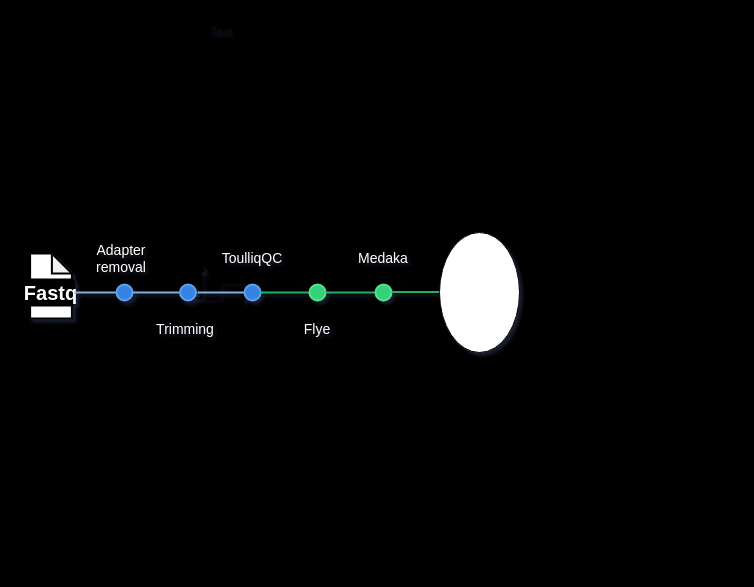
Before: Test_pipeline.drawio in Matth-Cbn/mkdocs_tutoriel_stage, a draw.io diagram. Source tidied: cells renumbered, new cells numbered last; positions are measured from the earlier drawing's top-left corner, leaving out a move shared by most shapes. Both pictures are drawn from the tidied source at 100%, with x=0, y=0 at pixel (27, 17).
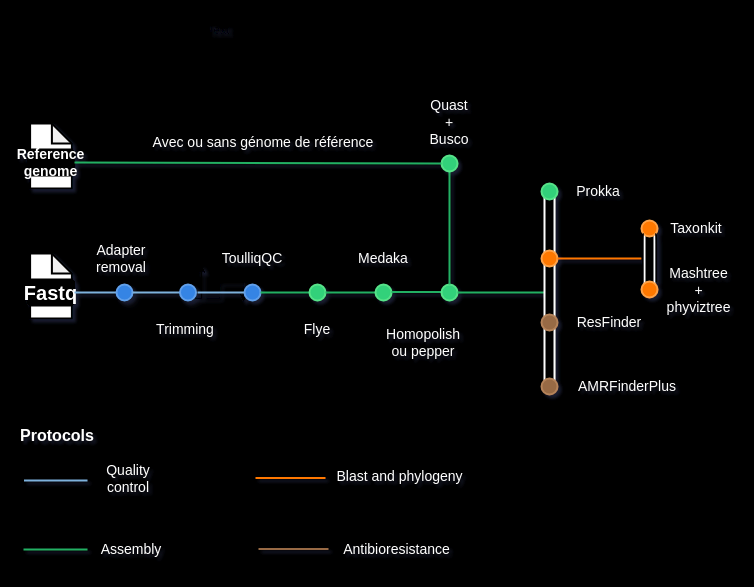
The same diagram, later.

Commit message:
Mettre à jour Test_pipeline.drawio

Diff of the diagram source:
```diff
@@
-    <mxCell id="26" style="ellipse;whiteSpace=wrap;html=1;rotation=-90;" parent="1" vertex="1">
-      <mxGeometry x="392" y="235" width="120" height="80" as="geometry" />
-    </mxCell>
@@
+    <mxCell id="28" style="ellipse;whiteSpace=wrap;html=1;rounded=1;rotation=0;strokeWidth=2;fillColor=#33d17a;strokeColor=#57E389;" parent="1" vertex="1">
+      <mxGeometry x="414" y="267" width="16" height="16" as="geometry" />
+    </mxCell>
+    <mxCell id="29" value="&lt;div&gt;&lt;font style=&quot;font-size: 14px;&quot; color=&quot;#ffffff&quot;&gt;Homopolish ou pepper&lt;/font&gt;&lt;/div&gt;" style="text;strokeColor=none;align=center;fillColor=none;html=1;verticalAlign=middle;whiteSpace=wrap;rounded=0;" parent="1" vertex="1">
+      <mxGeometry x="366" y="310" width="60" height="30" as="geometry" />
+    </mxCell>
+    <mxCell id="30" style="group;" parent="1" vertex="1">
+      <mxGeometry y="106" width="47" height="65" as="geometry" />
+    </mxCell>
+    <mxCell id="31" style="shape=note;whiteSpace=wrap;html=1;backgroundOutline=1;darkOpacity=0.05;rounded=1;size=20;strokeWidth=2;" parent="30" vertex="1">
+      <mxGeometry x="2.6" width="41.8" height="65" as="geometry" />
+    </mxCell>
+    <mxCell id="32" value="&lt;div align=&quot;center&quot;&gt;&lt;font style=&quot;font-size: 14px;&quot; color=&quot;#ffffff&quot; face=&quot;Maven Pro&quot;&gt;&lt;b&gt;Reference genome&lt;/b&gt;&lt;/font&gt;&lt;br&gt;&lt;/div&gt;" style="rounded=1;whiteSpace=wrap;html=1;strokeWidth=2;fillColor=#000000;align=center;" parent="30" vertex="1">
+      <mxGeometry y="26" width="47" height="26" as="geometry" />
+    </mxCell>
+    <mxCell id="33" style="endArrow=none;html=1;rounded=1;strokeWidth=2;strokeColor=#24B064;entryX=0.5;entryY=0;entryDx=0;entryDy=0;exitX=0.5;exitY=1;exitDx=0;exitDy=0;" parent="1" edge="1" source="34" target="28">
+      <mxGeometry relative="1" as="geometry" />
+    </mxCell>
+    <mxCell id="34" style="ellipse;whiteSpace=wrap;html=1;rounded=1;rotation=0;strokeWidth=2;fillColor=#33d17a;strokeColor=#57e389;" parent="1" vertex="1">
+      <mxGeometry x="414" y="138" width="16" height="16" as="geometry" />
+    </mxCell>
+    <mxCell id="35" value="&lt;font style=&quot;font-size: 14px;&quot; color=&quot;#ffffff&quot;&gt;Quast &lt;br&gt;+ &lt;br&gt;Busco&lt;br&gt;&lt;/font&gt;" style="text;strokeColor=none;align=center;fillColor=none;html=1;verticalAlign=middle;whiteSpace=wrap;rounded=0;" parent="1" vertex="1">
+      <mxGeometry x="392" y="90" width="60" height="30" as="geometry" />
+    </mxCell>
+    <mxCell id="36" style="endArrow=none;html=1;rounded=1;strokeWidth=2;strokeColor=#24B064;entryX=0;entryY=0.5;entryDx=0;entryDy=0;exitX=1;exitY=0.5;exitDx=0;exitDy=0;" parent="1" edge="1" source="32" target="34">
+      <mxGeometry relative="1" as="geometry" />
+    </mxCell>
+    <mxCell id="37" value="&lt;font style=&quot;font-size: 14px;&quot; color=&quot;#ffffff&quot;&gt;Avec ou sans génome de référence&lt;br&gt;&lt;/font&gt;" style="text;strokeColor=none;align=center;fillColor=none;html=1;verticalAlign=middle;whiteSpace=wrap;rounded=0;" parent="1" vertex="1">
+      <mxGeometry x="108" y="110" width="256" height="30" as="geometry" />
+    </mxCell>
+    <mxCell id="38" style="endArrow=none;html=1;rounded=1;strokeWidth=2;strokeColor=#24B064;exitX=1;exitY=0.5;exitDx=0;exitDy=0;" parent="1" edge="1" source="28">
+      <mxGeometry relative="1" as="geometry">
+        <mxPoint x="517" y="275" as="targetPoint" />
+      </mxGeometry>
+    </mxCell>
+    <mxCell id="39" style="rounded=0;whiteSpace=wrap;html=1;strokeColor=#FFFFFF;strokeWidth=2;fillColor=#000000;" parent="1" vertex="1">
+      <mxGeometry x="517" y="171" width="10" height="202" as="geometry" />
+    </mxCell>
+    <mxCell id="40" style="ellipse;whiteSpace=wrap;html=1;rounded=1;rotation=0;strokeWidth=2;fillColor=#33d17a;strokeColor=#57E389;" parent="1" vertex="1">
+      <mxGeometry x="514" y="166" width="16" height="16" as="geometry" />
+    </mxCell>
+    <mxCell id="41" style="ellipse;whiteSpace=wrap;html=1;rounded=1;rotation=0;strokeWidth=2;fillColor=#FF7800;strokeColor=#FFA348;" parent="1" vertex="1">
+      <mxGeometry x="514" y="233" width="16" height="16" as="geometry" />
+    </mxCell>
+    <mxCell id="42" style="ellipse;whiteSpace=wrap;html=1;rounded=1;rotation=0;strokeWidth=2;fillColor=#986A44;strokeColor=#B5835A;" parent="1" vertex="1">
+      <mxGeometry x="514" y="361" width="16" height="16" as="geometry" />
+    </mxCell>
+    <mxCell id="43" style="ellipse;whiteSpace=wrap;html=1;rounded=1;rotation=0;strokeWidth=2;fillColor=#986A44;strokeColor=#B5835A;" parent="1" vertex="1">
+      <mxGeometry x="514" y="297" width="16" height="16" as="geometry" />
+    </mxCell>
+    <mxCell id="44" value="&lt;font style=&quot;font-size: 14px;&quot; color=&quot;#ffffff&quot;&gt;Prokka&lt;/font&gt;" style="text;strokeColor=none;align=center;fillColor=none;html=1;verticalAlign=middle;whiteSpace=wrap;rounded=0;" parent="1" vertex="1">
+      <mxGeometry x="541" y="159" width="60" height="30" as="geometry" />
+    </mxCell>
+    <mxCell id="45" style="endArrow=none;html=1;rounded=1;strokeWidth=2;strokeColor=#FF7800;exitX=1;exitY=0.5;exitDx=0;exitDy=0;" parent="1" edge="1" source="41">
+      <mxGeometry relative="1" as="geometry">
+        <mxPoint x="615" y="241" as="targetPoint" />
+        <Array as="points">
+          <mxPoint x="567" y="241" />
+        </Array>
+      </mxGeometry>
+    </mxCell>
+    <mxCell id="46" value="&lt;font style=&quot;font-size: 14px;&quot; color=&quot;#ffffff&quot;&gt;ResFinder&lt;/font&gt;" style="text;strokeColor=none;align=center;fillColor=none;html=1;verticalAlign=middle;whiteSpace=wrap;rounded=0;" parent="1" vertex="1">
+      <mxGeometry x="552" y="290" width="60" height="30" as="geometry" />
+    </mxCell>
+    <mxCell id="47" value="&lt;font style=&quot;font-size: 14px;&quot; color=&quot;#ffffff&quot;&gt;AMRFinderPlus&lt;/font&gt;" style="text;strokeColor=none;align=center;fillColor=none;html=1;verticalAlign=middle;whiteSpace=wrap;rounded=0;" parent="1" vertex="1">
+      <mxGeometry x="570" y="354" width="60" height="30" as="geometry" />
+    </mxCell>
+    <mxCell id="48" style="group;" parent="1" vertex="1">
+      <mxGeometry x="612" y="215" width="20" height="67" as="geometry" />
+    </mxCell>
+    <mxCell id="49" style="rounded=0;whiteSpace=wrap;html=1;strokeColor=#FFFFFF;strokeWidth=2;fillColor=#000000;" parent="48" vertex="1">
+      <mxGeometry x="5" y="-3" width="10" height="54" as="geometry" />
+    </mxCell>
+    <mxCell id="50" style="ellipse;whiteSpace=wrap;html=1;rounded=1;rotation=0;strokeWidth=2;fillColor=#FF7800;strokeColor=#FFA348;" parent="48" vertex="1">
+      <mxGeometry x="2" y="49" width="16" height="16" as="geometry" />
+    </mxCell>
+    <mxCell id="51" style="ellipse;whiteSpace=wrap;html=1;rounded=1;rotation=0;strokeWidth=2;fillColor=#FF7800;strokeColor=#FFA348;" parent="1" vertex="1">
+      <mxGeometry x="614" y="203" width="16" height="16" as="geometry" />
+    </mxCell>
+    <mxCell id="52" style="edgeStyle=orthogonalEdgeStyle;rounded=1;jettySize=auto;html=1;exitX=0;exitY=1;exitDx=0;exitDy=0;entryX=0;entryY=0;entryDx=0;entryDy=0;strokeWidth=2;endArrow=none;endFill=0;" parent="1" edge="1" source="51">
+      <mxGeometry relative="1" as="geometry">
+        <mxPoint x="614.9" y="264.9" as="targetPoint" />
+        <Array as="points">
+          <mxPoint x="615" y="217" />
+        </Array>
+      </mxGeometry>
+    </mxCell>
+    <mxCell id="53" style="edgeStyle=orthogonalEdgeStyle;rounded=1;jettySize=auto;html=1;exitX=1;exitY=1;exitDx=0;exitDy=0;entryX=1;entryY=0;entryDx=0;entryDy=0;endArrow=none;endFill=0;strokeWidth=2;" parent="1" edge="1" source="51">
+      <mxGeometry relative="1" as="geometry">
+        <mxPoint x="629.1" y="264.9" as="targetPoint" />
+        <Array as="points">
+          <mxPoint x="629" y="217" />
+        </Array>
+      </mxGeometry>
+    </mxCell>
+    <mxCell id="54" value="&lt;font style=&quot;font-size: 14px;&quot; color=&quot;#ffffff&quot;&gt;Taxonkit&lt;/font&gt;" style="text;strokeColor=none;align=center;fillColor=none;html=1;verticalAlign=middle;whiteSpace=wrap;rounded=0;" parent="1" vertex="1">
+      <mxGeometry x="639" y="196" width="60" height="30" as="geometry" />
+    </mxCell>
+    <mxCell id="55" value="&lt;font style=&quot;font-size: 14px;&quot; color=&quot;#ffffff&quot;&gt;Mashtree + phyviztree&lt;br&gt;&lt;/font&gt;" style="text;strokeColor=none;align=center;fillColor=none;html=1;verticalAlign=middle;whiteSpace=wrap;rounded=0;" parent="1" vertex="1">
+      <mxGeometry x="641" y="257" width="61" height="31" as="geometry" />
+    </mxCell>
+    <mxCell id="56" value="&lt;font style=&quot;font-size: 16px;&quot; color=&quot;#ffffff&quot;&gt;&lt;b&gt;Protocols&lt;/b&gt;&lt;/font&gt;" style="text;strokeColor=none;align=center;fillColor=none;html=1;verticalAlign=middle;whiteSpace=wrap;rounded=0;" parent="1" vertex="1">
+      <mxGeometry y="403" width="60" height="30" as="geometry" />
+    </mxCell>
+    <mxCell id="57" style="endArrow=none;html=1;rounded=1;strokeWidth=2;strokeColor=#7EB2DD;" parent="1" edge="1">
+      <mxGeometry relative="1" as="geometry">
+        <mxPoint x="60" y="463" as="sourcePoint" />
+        <mxPoint x="-3.5" y="463" as="targetPoint" />
+      </mxGeometry>
+    </mxCell>
+    <mxCell id="58" style="endArrow=none;html=1;rounded=1;strokeWidth=2;strokeColor=#24B064;exitX=1;exitY=0.5;exitDx=0;exitDy=0;" parent="1" edge="1">
+      <mxGeometry relative="1" as="geometry">
+        <mxPoint x="-4" y="532" as="sourcePoint" />
+        <mxPoint x="60" y="532" as="targetPoint" />
+      </mxGeometry>
+    </mxCell>
+    <mxCell id="59" style="endArrow=none;html=1;rounded=1;strokeWidth=2;strokeColor=#FF7800;" parent="1" edge="1">
+      <mxGeometry relative="1" as="geometry">
+        <mxPoint x="228" y="460.5" as="sourcePoint" />
+        <mxPoint x="298" y="460.5" as="targetPoint" />
+        <Array as="points">
+          <mxPoint x="273" y="460.5" />
+        </Array>
+      </mxGeometry>
+    </mxCell>
+    <mxCell id="60" style="endArrow=none;html=1;rounded=1;strokeWidth=2;strokeColor=#986A44;" parent="1" edge="1">
+      <mxGeometry relative="1" as="geometry">
+        <mxPoint x="231" y="531.5" as="sourcePoint" />
+        <mxPoint x="301" y="531.5" as="targetPoint" />
+        <Array as="points">
+          <mxPoint x="276" y="531.5" />
+        </Array>
+      </mxGeometry>
+    </mxCell>
+    <mxCell id="61" value="&lt;font style=&quot;font-size: 14px;&quot; color=&quot;#ffffff&quot;&gt;Quality control&lt;br&gt;&lt;/font&gt;" style="text;strokeColor=none;align=center;fillColor=none;html=1;verticalAlign=middle;whiteSpace=wrap;rounded=0;" parent="1" vertex="1">
+      <mxGeometry x="71" y="446" width="60" height="30" as="geometry" />
+    </mxCell>
+    <mxCell id="62" value="&lt;font style=&quot;font-size: 14px;&quot; color=&quot;#ffffff&quot;&gt;Assembly&lt;/font&gt;" style="text;strokeColor=none;align=center;fillColor=none;html=1;verticalAlign=middle;whiteSpace=wrap;rounded=0;" parent="1" vertex="1">
+      <mxGeometry x="74" y="517" width="60" height="30" as="geometry" />
+    </mxCell>
+    <mxCell id="63" value="&lt;font style=&quot;font-size: 14px;&quot; color=&quot;#ffffff&quot;&gt;Blast and phylogeny&lt;br&gt;&lt;/font&gt;" style="text;strokeColor=none;align=center;fillColor=none;html=1;verticalAlign=middle;whiteSpace=wrap;rounded=0;" parent="1" vertex="1">
+      <mxGeometry x="306" y="444" width="133" height="30" as="geometry" />
+    </mxCell>
+    <mxCell id="64" value="&lt;font style=&quot;font-size: 14px;&quot; color=&quot;#ffffff&quot;&gt;Antibioresistance&lt;/font&gt;" style="text;strokeColor=none;align=center;fillColor=none;html=1;verticalAlign=middle;whiteSpace=wrap;rounded=0;" parent="1" vertex="1">
+      <mxGeometry x="303" y="517" width="133" height="30" as="geometry" />
+    </mxCell>
```
